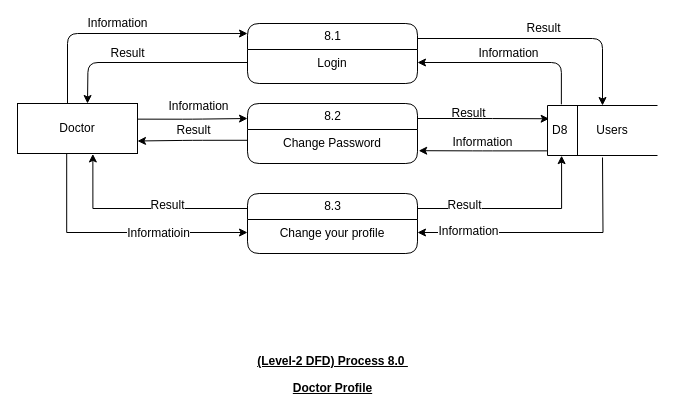
Before: page "9.0" (4 of 5) of resources/dfd/Doctor/DFD-Doctor.drawio in vanluong94/aptech-doccure, a draw.io diagram. Source tidied: cells renumbered, new cells numbered last; positions are measured from the earlier drawing's top-left corner, leaving out a move shared by most shapes. Both pictures are drawn from the tidied source at 100%, with x=0, y=0 at pixel (17, 23).
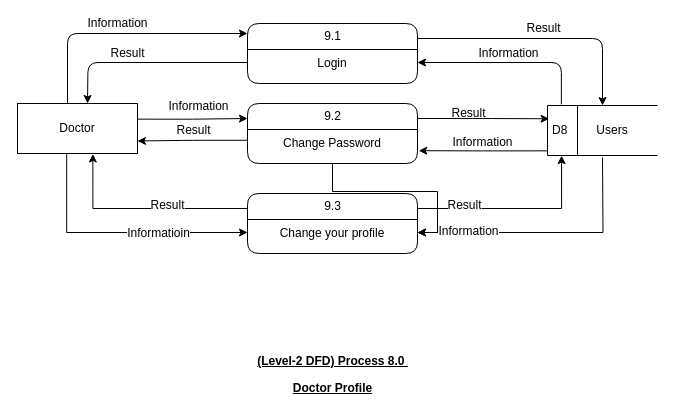
The same diagram, later.

Unchanged cells that the change refers to:
```xml
<mxCell id="26" value="Change your profile" style="text;html=1;strokeColor=none;fillColor=none;spacingLeft=4;spacingRight=4;whiteSpace=wrap;overflow=hidden;points=[[0,0.5],[1,0.5]];portConstraint=eastwest;align=center;fontFamily=Helvetica;fontSize=12;" parent="25" vertex="1">
  <mxGeometry y="26" width="170" height="26" as="geometry" />
</mxCell>
```

Change to the diagram source:
```diff
@@
-    <mxCell id="8" value="8.1" style="swimlane;html=1;fontStyle=0;horizontal=1;startSize=26;swimlaneFillColor=#ffffff;align=center;rounded=1;shadow=0;comic=0;labelBackgroundColor=none;strokeWidth=1;fontFamily=Helvetica;fontSize=12;" parent="1" vertex="1">
+    <mxCell id="8" value="9.1" style="swimlane;html=1;fontStyle=0;horizontal=1;startSize=26;swimlaneFillColor=#ffffff;align=center;rounded=1;shadow=0;comic=0;labelBackgroundColor=none;strokeWidth=1;fontFamily=Helvetica;fontSize=12;" parent="1" vertex="1">
       <mxGeometry x="230" width="170" height="60" as="geometry" />
     </mxCell>
@@
+    <mxCell id="28" style="edgeStyle=orthogonalEdgeStyle;rounded=0;jettySize=auto;html=1;" parent="1" edge="1" source="11" target="26">
+      <mxGeometry relative="1" as="geometry" />
+    </mxCell>
-    <mxCell id="11" value="8.2" style="swimlane;html=1;fontStyle=0;horizontal=1;startSize=26;swimlaneFillColor=#ffffff;align=center;rounded=1;shadow=0;comic=0;labelBackgroundColor=none;strokeWidth=1;fontFamily=Helvetica;fontSize=12;" parent="1" vertex="1">
+    <mxCell id="11" value="9.2" style="swimlane;html=1;fontStyle=0;horizontal=1;startSize=26;swimlaneFillColor=#ffffff;align=center;rounded=1;shadow=0;comic=0;labelBackgroundColor=none;strokeWidth=1;fontFamily=Helvetica;fontSize=12;" parent="1" vertex="1">
       <mxGeometry x="230" y="80" width="170" height="60" as="geometry" />
     </mxCell>
@@
-    <mxCell id="25" value="8.3" style="swimlane;html=1;fontStyle=0;horizontal=1;startSize=26;swimlaneFillColor=#ffffff;align=center;rounded=1;shadow=0;comic=0;labelBackgroundColor=none;strokeWidth=1;fontFamily=Helvetica;fontSize=12;" parent="1" vertex="1">
+    <mxCell id="25" value="9.3" style="swimlane;html=1;fontStyle=0;horizontal=1;startSize=26;swimlaneFillColor=#ffffff;align=center;rounded=1;shadow=0;comic=0;labelBackgroundColor=none;strokeWidth=1;fontFamily=Helvetica;fontSize=12;" parent="1" vertex="1">
       <mxGeometry x="230" y="170" width="170" height="60" as="geometry" />
     </mxCell>
```
